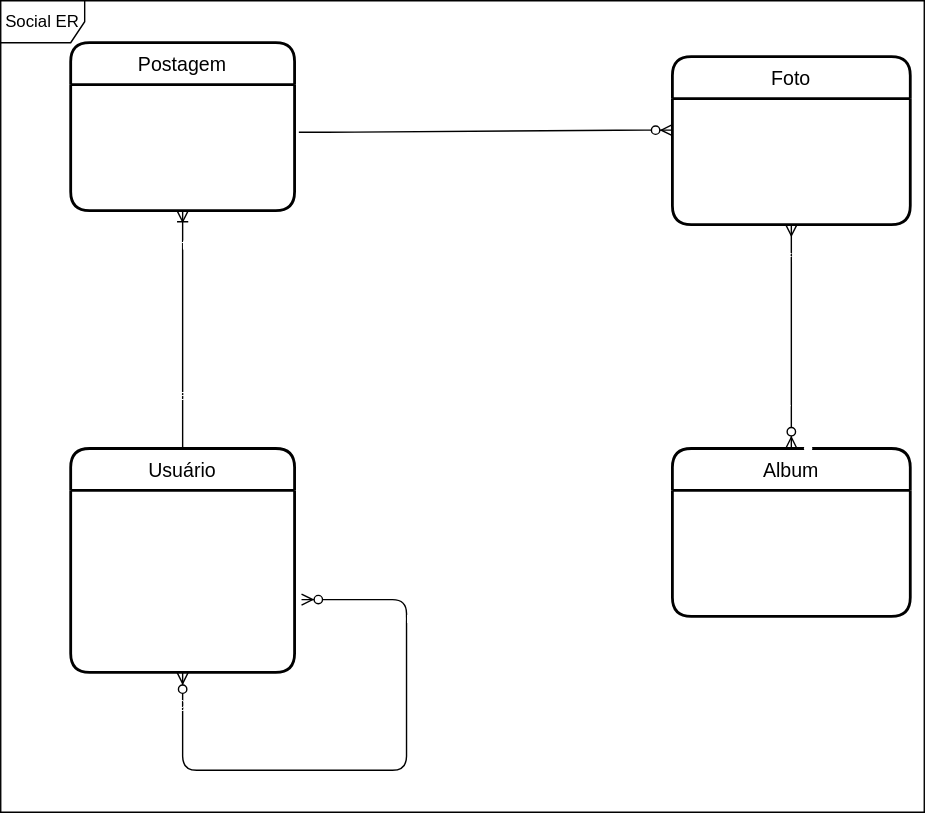
This is SocialERDiagram.drawio.svg from jocile/Modeling, a draw.io export, as it was before one commit. Source tidied: cells renumbered, new cells last; positions are measured from the earlier drawing's top-left corner, leaving out a move shared by most shapes. Source of this version:
```xml
<mxGraphModel>
  <root>
    <mxCell id="0" />
    <mxCell id="1" parent="0" />
    <mxCell id="2" value="&lt;font color=&quot;#000000&quot;&gt;Social ER&amp;nbsp;&lt;/font&gt;" style="shape=umlFrame;whiteSpace=wrap;html=1;labelBackgroundColor=none;fontColor=#FFFFFF;" parent="1" vertex="1">
      <mxGeometry width="660" height="580" as="geometry" />
    </mxCell>
    <mxCell id="3" value="Postagem" style="swimlane;horizontal=1;startSize=30;rounded=1;fontSize=14;fontStyle=0;strokeWidth=2;shadow=0;dashed=0;align=center;" parent="1" vertex="1">
      <mxGeometry x="50" y="30" width="160" height="120" as="geometry" />
    </mxCell>
    <mxCell id="4" value="- &lt;&lt;oid&gt;&gt; id : integer&#10;- texto : String&#10;- instante : Date" style="align=left;strokeColor=none;fillColor=none;spacingLeft=4;fontSize=12;verticalAlign=top;fontColor=#FFFFFF;" parent="3" vertex="1">
      <mxGeometry y="30" width="160" height="90" as="geometry" />
    </mxCell>
    <mxCell id="5" value="Usuário" style="swimlane;horizontal=1;startSize=30;rounded=1;fontSize=14;fontStyle=0;strokeWidth=2;shadow=0;dashed=0;align=center;" parent="1" vertex="1">
      <mxGeometry x="50" y="320" width="160" height="160" as="geometry" />
    </mxCell>
    <mxCell id="6" value="- &lt;&lt;oid&gt;&gt; id: integer&#10;- nome : String&#10;- email : String&#10;- nascimento : Date&#10;- website : String&#10;- genero : String&#10;- telefone : String&#10;- uriFoto : String" style="align=left;strokeColor=none;fillColor=none;spacingLeft=4;fontSize=12;verticalAlign=top;fontColor=#FFFFFF;" parent="5" vertex="1">
      <mxGeometry y="30" width="160" height="130" as="geometry" />
    </mxCell>
    <mxCell id="7" style="edgeStyle=orthogonalEdgeStyle;fontSize=12;html=1;endArrow=ERzeroToMany;endFill=1;fontColor=#FFFFFF;exitX=0.5;exitY=1;exitDx=0;exitDy=0;entryX=1.031;entryY=0.6;entryDx=0;entryDy=0;entryPerimeter=0;startArrow=ERzeroToMany;startFill=1;orthogonalLoop=0;" parent="5" edge="1" source="6" target="6">
      <mxGeometry relative="1" as="geometry">
        <Array as="points">
          <mxPoint x="80" y="230" />
          <mxPoint x="240" y="230" />
          <mxPoint x="240" y="108" />
        </Array>
      </mxGeometry>
    </mxCell>
    <mxCell id="8" value="* - seguidores" style="edgeLabel;html=1;align=center;verticalAlign=middle;fontColor=#FFFFFF;labelBackgroundColor=none;" parent="7" vertex="1">
      <mxGeometry x="0.78" y="-1" relative="1" as="geometry">
        <mxPoint x="8" y="13" as="offset" />
      </mxGeometry>
    </mxCell>
    <mxCell id="9" value="* - seguidos" style="edgeLabel;html=1;align=center;verticalAlign=middle;fontColor=#FFFFFF;labelBackgroundColor=none;" parent="7" vertex="1">
      <mxGeometry x="-0.9" y="-1" relative="1" as="geometry" />
    </mxCell>
    <mxCell id="10" style="fontSize=12;html=1;endArrow=ERoneToMany;fontColor=#FFFFFF;exitX=0.5;exitY=0;exitDx=0;exitDy=0;entryX=0.5;entryY=1;entryDx=0;entryDy=0;" parent="1" edge="1" source="5" target="4">
      <mxGeometry relative="1" as="geometry" />
    </mxCell>
    <mxCell id="11" value="* - postagens" style="edgeLabel;html=1;align=center;verticalAlign=middle;fontColor=#FFFFFF;labelBackgroundColor=none;" parent="10" vertex="1">
      <mxGeometry x="0.72" y="1" relative="1" as="geometry" />
    </mxCell>
    <mxCell id="12" value="1 - autor" style="edgeLabel;html=1;align=center;verticalAlign=middle;fontColor=#FFFFFF;labelBackgroundColor=none;" parent="10" vertex="1">
      <mxGeometry x="-0.54" y="-1" relative="1" as="geometry" />
    </mxCell>
    <mxCell id="13" value="Foto" style="swimlane;horizontal=1;startSize=30;rounded=1;fontSize=14;fontStyle=0;strokeWidth=2;shadow=0;dashed=0;align=center;fontColor=default;" parent="1" vertex="1">
      <mxGeometry x="480" y="40" width="170" height="120" as="geometry" />
    </mxCell>
    <mxCell id="14" value="- &lt;&lt;oid&gt;&gt; uri : String&#10;- instanteDePostagem : Date" style="align=left;strokeColor=none;fillColor=none;spacingLeft=4;fontSize=12;verticalAlign=top;fontColor=#FFFFFF;" parent="13" vertex="1">
      <mxGeometry y="30" width="170" height="90" as="geometry" />
    </mxCell>
    <mxCell id="15" style="edgeStyle=entityRelationEdgeStyle;fontSize=12;html=1;endArrow=ERzeroToMany;endFill=1;fontColor=#FFFFFF;exitX=1.019;exitY=0.378;exitDx=0;exitDy=0;exitPerimeter=0;entryX=0;entryY=0.25;entryDx=0;entryDy=0;" parent="1" edge="1" source="4" target="14">
      <mxGeometry relative="1" as="geometry" />
    </mxCell>
    <mxCell id="16" value="fotos" style="edgeLabel;html=1;align=center;verticalAlign=middle;fontColor=#FFFFFF;labelBackgroundColor=none;" parent="15" vertex="1">
      <mxGeometry x="0.61" y="-2" relative="1" as="geometry">
        <mxPoint x="22" y="-15" as="offset" />
      </mxGeometry>
    </mxCell>
    <mxCell id="17" value="postgagem" style="edgeLabel;html=1;align=center;verticalAlign=middle;fontColor=#FFFFFF;labelBackgroundColor=none;" parent="15" vertex="1">
      <mxGeometry x="-0.76" y="-1" relative="1" as="geometry">
        <mxPoint y="-15" as="offset" />
      </mxGeometry>
    </mxCell>
    <mxCell id="18" value="0..1" style="text;html=1;align=center;verticalAlign=middle;strokeColor=none;fillColor=none;fontColor=#FFFFFF;" parent="1" vertex="1">
      <mxGeometry x="210" y="100" width="40" height="20" as="geometry" />
    </mxCell>
    <mxCell id="19" value="*" style="text;html=1;align=center;verticalAlign=middle;strokeColor=none;fillColor=none;fontColor=#FFFFFF;" parent="1" vertex="1">
      <mxGeometry x="440" y="100" width="20" height="20" as="geometry" />
    </mxCell>
    <mxCell id="20" value="Album" style="swimlane;horizontal=1;startSize=30;rounded=1;fontSize=14;fontStyle=0;strokeWidth=2;shadow=0;dashed=0;align=center;fontColor=default;" parent="1" vertex="1">
      <mxGeometry x="480" y="320" width="170" height="120" as="geometry" />
    </mxCell>
    <mxCell id="21" value="- &lt;&lt;oid&gt;&gt; id : Integer&#10;- titulo : String&#10;- InstanteDePostagem : Date" style="align=left;strokeColor=none;fillColor=none;spacingLeft=4;fontSize=12;verticalAlign=top;fontColor=#FFFFFF;" parent="20" vertex="1">
      <mxGeometry y="30" width="170" height="90" as="geometry" />
    </mxCell>
    <mxCell id="22" style="edgeStyle=entityRelationEdgeStyle;fontSize=12;html=1;endArrow=ERzeroToMany;endFill=1;fontColor=#FFFFFF;exitX=0.5;exitY=1;exitDx=0;exitDy=0;entryX=0.5;entryY=0;entryDx=0;entryDy=0;strokeColor=none;" parent="1" edge="1" source="14" target="20">
      <mxGeometry relative="1" as="geometry" />
    </mxCell>
    <mxCell id="23" style="edgeStyle=none;html=1;fontColor=#FFFFFF;startArrow=ERmany;startFill=0;endArrow=ERzeroToMany;endFill=1;" parent="1" edge="1" source="14" target="20">
      <mxGeometry relative="1" as="geometry" />
    </mxCell>
    <mxCell id="24" value="0..1 - album" style="edgeLabel;html=1;align=center;verticalAlign=middle;fontColor=#FFFFFF;labelBackgroundColor=none;" parent="23" vertex="1">
      <mxGeometry x="0.6" y="3" relative="1" as="geometry" />
    </mxCell>
    <mxCell id="25" value="* - fotos" style="edgeLabel;html=1;align=center;verticalAlign=middle;fontColor=#FFFFFF;labelBackgroundColor=none;" parent="23" vertex="1">
      <mxGeometry x="-0.7" y="1" relative="1" as="geometry" />
    </mxCell>
  </root>
</mxGraphModel>
```
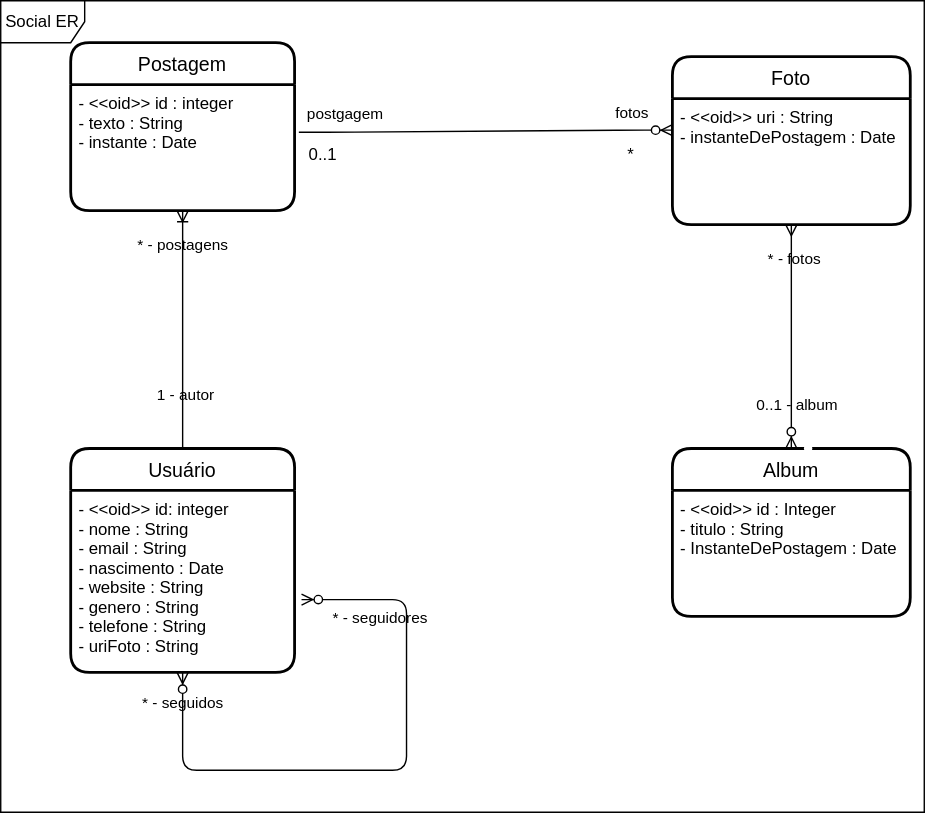
After the change.

Commit message:
Social ER Diagram

Change to the diagram source:
```diff
@@ -2,22 +2,22 @@
   <root>
     <mxCell id="0" />
     <mxCell id="1" parent="0" />
-    <mxCell id="2" value="&lt;font color=&quot;#000000&quot;&gt;Social ER&amp;nbsp;&lt;/font&gt;" style="shape=umlFrame;whiteSpace=wrap;html=1;labelBackgroundColor=none;fontColor=#FFFFFF;" parent="1" vertex="1">
+    <mxCell id="2" value="&lt;font&gt;Social ER&amp;nbsp;&lt;/font&gt;" style="shape=umlFrame;whiteSpace=wrap;html=1;labelBackgroundColor=none;fontColor=#000000;" parent="1" vertex="1">
       <mxGeometry width="660" height="580" as="geometry" />
     </mxCell>
-    <mxCell id="3" value="Postagem" style="swimlane;horizontal=1;startSize=30;rounded=1;fontSize=14;fontStyle=0;strokeWidth=2;shadow=0;dashed=0;align=center;" parent="1" vertex="1">
+    <mxCell id="3" value="Postagem" style="swimlane;horizontal=1;startSize=30;rounded=1;fontSize=14;fontStyle=0;strokeWidth=2;shadow=0;dashed=0;align=center;gradientColor=none;backgroundOutline=0;fontColor=#000000;" parent="1" vertex="1">
       <mxGeometry x="50" y="30" width="160" height="120" as="geometry" />
     </mxCell>
-    <mxCell id="4" value="- &lt;&lt;oid&gt;&gt; id : integer&#10;- texto : String&#10;- instante : Date" style="align=left;strokeColor=none;fillColor=none;spacingLeft=4;fontSize=12;verticalAlign=top;fontColor=#FFFFFF;" parent="3" vertex="1">
+    <mxCell id="4" value="- &lt;&lt;oid&gt;&gt; id : integer&#10;- texto : String&#10;- instante : Date" style="align=left;strokeColor=none;fillColor=none;spacingLeft=4;fontSize=12;verticalAlign=top;fontColor=#000000;" parent="3" vertex="1">
       <mxGeometry y="30" width="160" height="90" as="geometry" />
     </mxCell>
-    <mxCell id="5" value="Usuário" style="swimlane;horizontal=1;startSize=30;rounded=1;fontSize=14;fontStyle=0;strokeWidth=2;shadow=0;dashed=0;align=center;" parent="1" vertex="1">
+    <mxCell id="5" value="Usuário" style="swimlane;horizontal=1;startSize=30;rounded=1;fontSize=14;fontStyle=0;strokeWidth=2;shadow=0;dashed=0;align=center;fontColor=#000000;" parent="1" vertex="1">
       <mxGeometry x="50" y="320" width="160" height="160" as="geometry" />
     </mxCell>
-    <mxCell id="6" value="- &lt;&lt;oid&gt;&gt; id: integer&#10;- nome : String&#10;- email : String&#10;- nascimento : Date&#10;- website : String&#10;- genero : String&#10;- telefone : String&#10;- uriFoto : String" style="align=left;strokeColor=none;fillColor=none;spacingLeft=4;fontSize=12;verticalAlign=top;fontColor=#FFFFFF;" parent="5" vertex="1">
+    <mxCell id="6" value="- &lt;&lt;oid&gt;&gt; id: integer&#10;- nome : String&#10;- email : String&#10;- nascimento : Date&#10;- website : String&#10;- genero : String&#10;- telefone : String&#10;- uriFoto : String" style="align=left;strokeColor=none;fillColor=none;spacingLeft=4;fontSize=12;verticalAlign=top;fontColor=#000000;" parent="5" vertex="1">
       <mxGeometry y="30" width="160" height="130" as="geometry" />
     </mxCell>
-    <mxCell id="7" style="edgeStyle=orthogonalEdgeStyle;fontSize=12;html=1;endArrow=ERzeroToMany;endFill=1;fontColor=#FFFFFF;exitX=0.5;exitY=1;exitDx=0;exitDy=0;entryX=1.031;entryY=0.6;entryDx=0;entryDy=0;entryPerimeter=0;startArrow=ERzeroToMany;startFill=1;orthogonalLoop=0;" parent="5" edge="1" source="6" target="6">
+    <mxCell id="7" style="edgeStyle=orthogonalEdgeStyle;fontSize=12;html=1;endArrow=ERzeroToMany;endFill=1;fontColor=#000000;exitX=0.5;exitY=1;exitDx=0;exitDy=0;entryX=1.031;entryY=0.6;entryDx=0;entryDy=0;entryPerimeter=0;startArrow=ERzeroToMany;startFill=1;orthogonalLoop=0;" parent="5" edge="1" source="6" target="6">
       <mxGeometry relative="1" as="geometry">
         <Array as="points">
           <mxPoint x="80" y="230" />
@@ -26,64 +26,64 @@
         </Array>
       </mxGeometry>
     </mxCell>
-    <mxCell id="8" value="* - seguidores" style="edgeLabel;html=1;align=center;verticalAlign=middle;fontColor=#FFFFFF;labelBackgroundColor=none;" parent="7" vertex="1">
+    <mxCell id="8" value="* - seguidores" style="edgeLabel;html=1;align=center;verticalAlign=middle;fontColor=#000000;labelBackgroundColor=none;" parent="7" vertex="1">
       <mxGeometry x="0.78" y="-1" relative="1" as="geometry">
         <mxPoint x="8" y="13" as="offset" />
       </mxGeometry>
     </mxCell>
-    <mxCell id="9" value="* - seguidos" style="edgeLabel;html=1;align=center;verticalAlign=middle;fontColor=#FFFFFF;labelBackgroundColor=none;" parent="7" vertex="1">
+    <mxCell id="9" value="* - seguidos" style="edgeLabel;html=1;align=center;verticalAlign=middle;fontColor=#000000;labelBackgroundColor=none;" parent="7" vertex="1">
       <mxGeometry x="-0.9" y="-1" relative="1" as="geometry" />
     </mxCell>
-    <mxCell id="10" style="fontSize=12;html=1;endArrow=ERoneToMany;fontColor=#FFFFFF;exitX=0.5;exitY=0;exitDx=0;exitDy=0;entryX=0.5;entryY=1;entryDx=0;entryDy=0;" parent="1" edge="1" source="5" target="4">
+    <mxCell id="10" style="fontSize=12;html=1;endArrow=ERoneToMany;fontColor=#000000;exitX=0.5;exitY=0;exitDx=0;exitDy=0;entryX=0.5;entryY=1;entryDx=0;entryDy=0;" parent="1" edge="1" source="5" target="4">
       <mxGeometry relative="1" as="geometry" />
     </mxCell>
-    <mxCell id="11" value="* - postagens" style="edgeLabel;html=1;align=center;verticalAlign=middle;fontColor=#FFFFFF;labelBackgroundColor=none;" parent="10" vertex="1">
+    <mxCell id="11" value="* - postagens" style="edgeLabel;html=1;align=center;verticalAlign=middle;fontColor=#000000;labelBackgroundColor=none;" parent="10" vertex="1">
       <mxGeometry x="0.72" y="1" relative="1" as="geometry" />
     </mxCell>
-    <mxCell id="12" value="1 - autor" style="edgeLabel;html=1;align=center;verticalAlign=middle;fontColor=#FFFFFF;labelBackgroundColor=none;" parent="10" vertex="1">
+    <mxCell id="12" value="1 - autor" style="edgeLabel;html=1;align=center;verticalAlign=middle;fontColor=#000000;labelBackgroundColor=none;" parent="10" vertex="1">
       <mxGeometry x="-0.54" y="-1" relative="1" as="geometry" />
     </mxCell>
-    <mxCell id="13" value="Foto" style="swimlane;horizontal=1;startSize=30;rounded=1;fontSize=14;fontStyle=0;strokeWidth=2;shadow=0;dashed=0;align=center;fontColor=default;" parent="1" vertex="1">
+    <mxCell id="13" value="Foto" style="swimlane;horizontal=1;startSize=30;rounded=1;fontSize=14;fontStyle=0;strokeWidth=2;shadow=0;dashed=0;align=center;fontColor=#000000;" parent="1" vertex="1">
       <mxGeometry x="480" y="40" width="170" height="120" as="geometry" />
     </mxCell>
-    <mxCell id="14" value="- &lt;&lt;oid&gt;&gt; uri : String&#10;- instanteDePostagem : Date" style="align=left;strokeColor=none;fillColor=none;spacingLeft=4;fontSize=12;verticalAlign=top;fontColor=#FFFFFF;" parent="13" vertex="1">
+    <mxCell id="14" value="- &lt;&lt;oid&gt;&gt; uri : String&#10;- instanteDePostagem : Date" style="align=left;strokeColor=none;fillColor=none;spacingLeft=4;fontSize=12;verticalAlign=top;fontColor=#000000;" parent="13" vertex="1">
       <mxGeometry y="30" width="170" height="90" as="geometry" />
     </mxCell>
-    <mxCell id="15" style="edgeStyle=entityRelationEdgeStyle;fontSize=12;html=1;endArrow=ERzeroToMany;endFill=1;fontColor=#FFFFFF;exitX=1.019;exitY=0.378;exitDx=0;exitDy=0;exitPerimeter=0;entryX=0;entryY=0.25;entryDx=0;entryDy=0;" parent="1" edge="1" source="4" target="14">
+    <mxCell id="15" style="edgeStyle=entityRelationEdgeStyle;fontSize=12;html=1;endArrow=ERzeroToMany;endFill=1;fontColor=#000000;exitX=1.019;exitY=0.378;exitDx=0;exitDy=0;exitPerimeter=0;entryX=0;entryY=0.25;entryDx=0;entryDy=0;" parent="1" edge="1" source="4" target="14">
       <mxGeometry relative="1" as="geometry" />
     </mxCell>
-    <mxCell id="16" value="fotos" style="edgeLabel;html=1;align=center;verticalAlign=middle;fontColor=#FFFFFF;labelBackgroundColor=none;" parent="15" vertex="1">
+    <mxCell id="16" value="fotos" style="edgeLabel;html=1;align=center;verticalAlign=middle;fontColor=#000000;labelBackgroundColor=none;" parent="15" vertex="1">
       <mxGeometry x="0.61" y="-2" relative="1" as="geometry">
         <mxPoint x="22" y="-15" as="offset" />
       </mxGeometry>
     </mxCell>
-    <mxCell id="17" value="postgagem" style="edgeLabel;html=1;align=center;verticalAlign=middle;fontColor=#FFFFFF;labelBackgroundColor=none;" parent="15" vertex="1">
+    <mxCell id="17" value="postgagem" style="edgeLabel;html=1;align=center;verticalAlign=middle;fontColor=#000000;labelBackgroundColor=none;" parent="15" vertex="1">
       <mxGeometry x="-0.76" y="-1" relative="1" as="geometry">
         <mxPoint y="-15" as="offset" />
       </mxGeometry>
     </mxCell>
-    <mxCell id="18" value="0..1" style="text;html=1;align=center;verticalAlign=middle;strokeColor=none;fillColor=none;fontColor=#FFFFFF;" parent="1" vertex="1">
+    <mxCell id="18" value="0..1" style="text;html=1;align=center;verticalAlign=middle;strokeColor=none;fillColor=none;fontColor=#000000;" parent="1" vertex="1">
       <mxGeometry x="210" y="100" width="40" height="20" as="geometry" />
     </mxCell>
-    <mxCell id="19" value="*" style="text;html=1;align=center;verticalAlign=middle;strokeColor=none;fillColor=none;fontColor=#FFFFFF;" parent="1" vertex="1">
+    <mxCell id="19" value="*" style="text;html=1;align=center;verticalAlign=middle;strokeColor=none;fillColor=none;fontColor=#000000;" parent="1" vertex="1">
       <mxGeometry x="440" y="100" width="20" height="20" as="geometry" />
     </mxCell>
-    <mxCell id="20" value="Album" style="swimlane;horizontal=1;startSize=30;rounded=1;fontSize=14;fontStyle=0;strokeWidth=2;shadow=0;dashed=0;align=center;fontColor=default;" parent="1" vertex="1">
+    <mxCell id="20" value="Album" style="swimlane;horizontal=1;startSize=30;rounded=1;fontSize=14;fontStyle=0;strokeWidth=2;shadow=0;dashed=0;align=center;fontColor=#000000;" parent="1" vertex="1">
       <mxGeometry x="480" y="320" width="170" height="120" as="geometry" />
     </mxCell>
-    <mxCell id="21" value="- &lt;&lt;oid&gt;&gt; id : Integer&#10;- titulo : String&#10;- InstanteDePostagem : Date" style="align=left;strokeColor=none;fillColor=none;spacingLeft=4;fontSize=12;verticalAlign=top;fontColor=#FFFFFF;" parent="20" vertex="1">
+    <mxCell id="21" value="- &lt;&lt;oid&gt;&gt; id : Integer&#10;- titulo : String&#10;- InstanteDePostagem : Date" style="align=left;strokeColor=none;fillColor=none;spacingLeft=4;fontSize=12;verticalAlign=top;fontColor=#000000;" parent="20" vertex="1">
       <mxGeometry y="30" width="170" height="90" as="geometry" />
     </mxCell>
-    <mxCell id="22" style="edgeStyle=entityRelationEdgeStyle;fontSize=12;html=1;endArrow=ERzeroToMany;endFill=1;fontColor=#FFFFFF;exitX=0.5;exitY=1;exitDx=0;exitDy=0;entryX=0.5;entryY=0;entryDx=0;entryDy=0;strokeColor=none;" parent="1" edge="1" source="14" target="20">
+    <mxCell id="22" style="edgeStyle=entityRelationEdgeStyle;fontSize=12;html=1;endArrow=ERzeroToMany;endFill=1;fontColor=#000000;exitX=0.5;exitY=1;exitDx=0;exitDy=0;entryX=0.5;entryY=0;entryDx=0;entryDy=0;strokeColor=none;" parent="1" edge="1" source="14" target="20">
       <mxGeometry relative="1" as="geometry" />
     </mxCell>
-    <mxCell id="23" style="edgeStyle=none;html=1;fontColor=#FFFFFF;startArrow=ERmany;startFill=0;endArrow=ERzeroToMany;endFill=1;" parent="1" edge="1" source="14" target="20">
+    <mxCell id="23" style="edgeStyle=none;html=1;fontColor=#000000;startArrow=ERmany;startFill=0;endArrow=ERzeroToMany;endFill=1;" parent="1" edge="1" source="14" target="20">
       <mxGeometry relative="1" as="geometry" />
     </mxCell>
-    <mxCell id="24" value="0..1 - album" style="edgeLabel;html=1;align=center;verticalAlign=middle;fontColor=#FFFFFF;labelBackgroundColor=none;" parent="23" vertex="1">
+    <mxCell id="24" value="0..1 - album" style="edgeLabel;html=1;align=center;verticalAlign=middle;fontColor=#000000;labelBackgroundColor=none;" parent="23" vertex="1">
       <mxGeometry x="0.6" y="3" relative="1" as="geometry" />
     </mxCell>
-    <mxCell id="25" value="* - fotos" style="edgeLabel;html=1;align=center;verticalAlign=middle;fontColor=#FFFFFF;labelBackgroundColor=none;" parent="23" vertex="1">
+    <mxCell id="25" value="* - fotos" style="edgeLabel;html=1;align=center;verticalAlign=middle;fontColor=#000000;labelBackgroundColor=none;" parent="23" vertex="1">
       <mxGeometry x="-0.7" y="1" relative="1" as="geometry" />
     </mxCell>
   </root>
```
